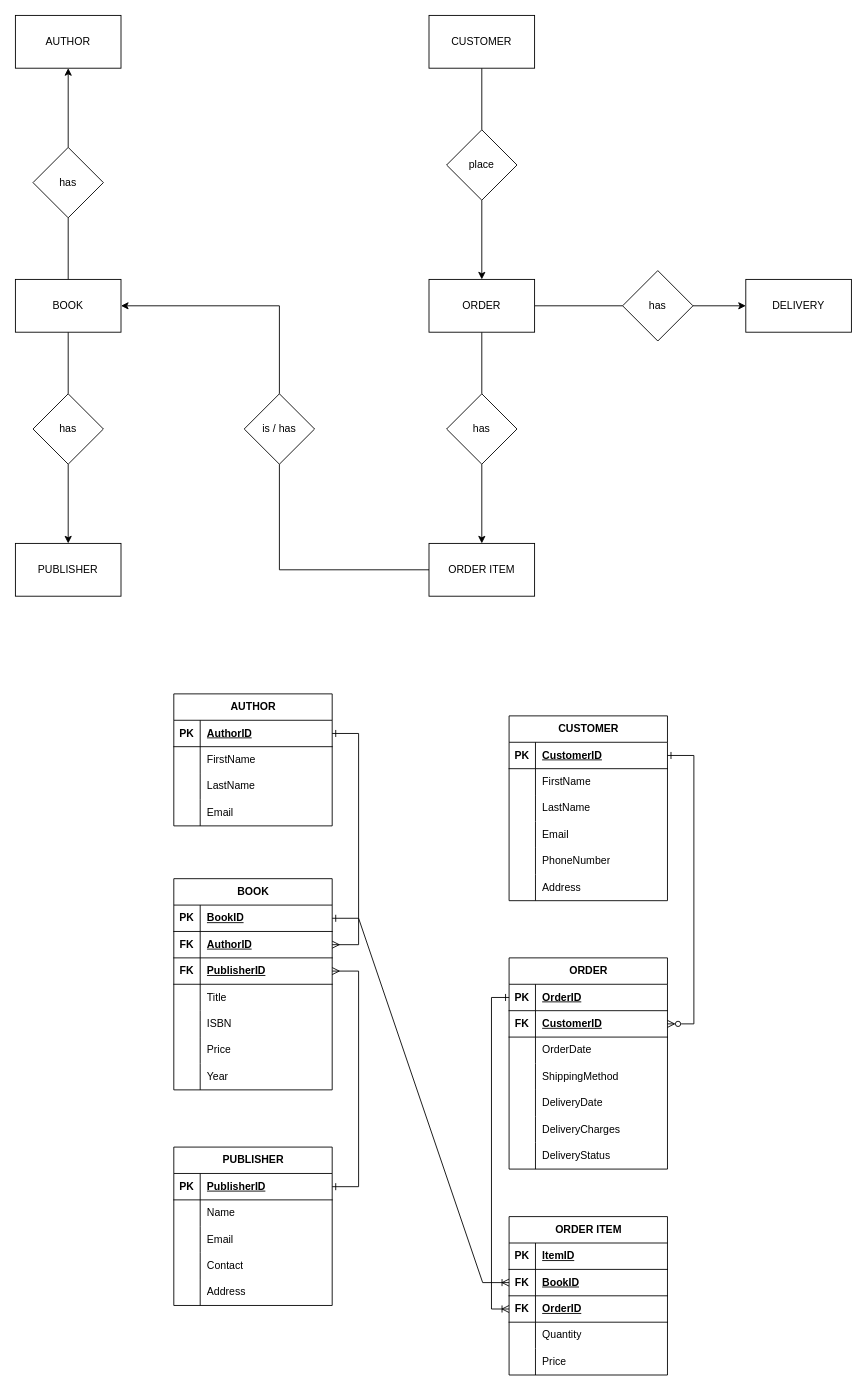
The draw.io diagram TraineeSoftwareDeveloper/Database/OnlineBookStore-ERD.drawio in sabay79/ContourSoftware, before the edit. Source tidied: cells renumbered, new cells numbered last; positions are measured from the earlier drawing's top-left corner, leaving out a move shared by most shapes. Both pictures are drawn from the tidied source at 88%, with x=0, y=0 at pixel (15, 15).
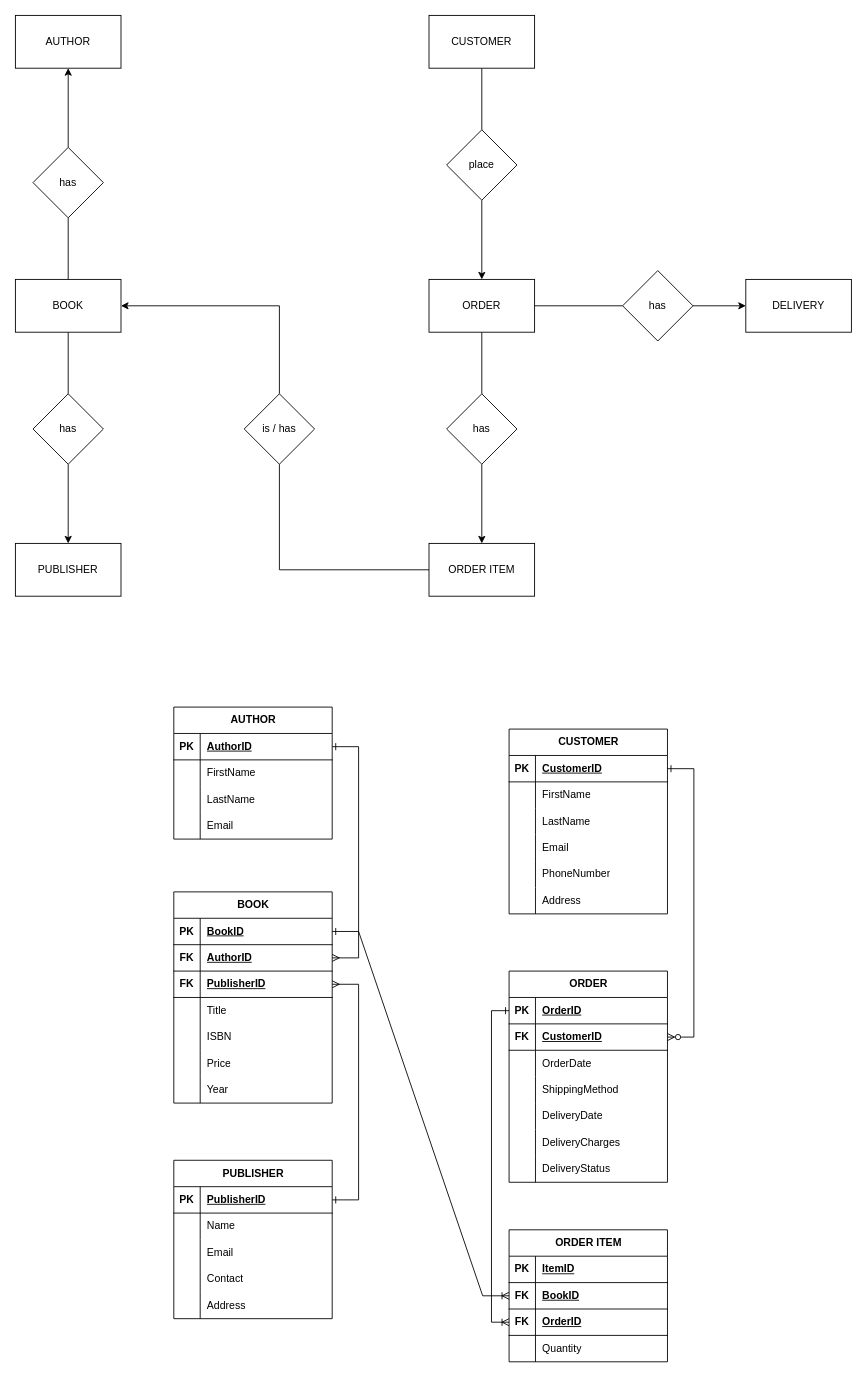
The same page after the edit.

Commit message (it also covers changes not shown here):
Online Book Store - Read/Delete Stored Procedure

Change to the diagram source:
```diff
@@
     <mxCell id="2" value="BOOK" style="shape=table;startSize=30;childLayout=tableLayout;rowLines=0;fontStyle=1;align=center;html=1;" parent="1" vertex="1">
-      <mxGeometry x="180" y="981" width="180" height="240" as="geometry" />
+      <mxGeometry x="180" y="996" width="180" height="240" as="geometry" />
     </mxCell>
@@
     <mxCell id="24" value="CUSTOMER" style="shape=table;startSize=30;childLayout=tableLayout;rowLines=0;fontStyle=1;align=center;html=1;" parent="1" vertex="1">
-      <mxGeometry x="561" y="796" width="180" height="210" as="geometry" />
+      <mxGeometry x="561" y="811" width="180" height="210" as="geometry" />
     </mxCell>
@@
     <mxCell id="43" value="ORDER" style="shape=table;startSize=30;childLayout=tableLayout;rowLines=0;fontStyle=1;align=center;html=1;" parent="1" vertex="1">
-      <mxGeometry x="561" y="1071" width="180" height="240" as="geometry" />
+      <mxGeometry x="561" y="1086" width="180" height="240" as="geometry" />
     </mxCell>
@@
     <mxCell id="65" value="ORDER ITEM" style="shape=table;startSize=30;childLayout=tableLayout;rowLines=0;fontStyle=1;align=center;html=1;" parent="1" vertex="1">
-      <mxGeometry x="561" y="1365" width="180" height="180" as="geometry" />
+      <mxGeometry x="561" y="1380" width="180" height="150" as="geometry" />
     </mxCell>
@@
-    <mxCell id="78" style="shape=tableRow;horizontal=0;startSize=0;swimlaneHead=0;swimlaneBody=0;fillColor=none;top=0;left=0;right=0;bottom=0;" parent="65" vertex="1">
-      <mxGeometry y="150" width="180" height="30" as="geometry" />
-    </mxCell>
-    <mxCell id="79" style="shape=partialRectangle;fillColor=none;top=0;left=0;bottom=0;right=0;overflow=hidden;whiteSpace=wrap;html=1;" parent="78" vertex="1">
-      <mxGeometry width="30" height="30" as="geometry" />
-    </mxCell>
-    <mxCell id="80" value="Price" style="shape=partialRectangle;fillColor=none;top=0;left=0;bottom=0;right=0;align=left;spacingLeft=6;overflow=hidden;whiteSpace=wrap;html=1;" parent="78" vertex="1">
-      <mxGeometry x="30" width="150" height="30" as="geometry" />
-    </mxCell>
     <mxCell id="81" value="AUTHOR" style="shape=table;startSize=30;childLayout=tableLayout;rowLines=0;fontStyle=1;align=center;html=1;" parent="1" vertex="1">
-      <mxGeometry x="180" y="771" width="180" height="150" as="geometry" />
+      <mxGeometry x="180" y="786" width="180" height="150" as="geometry" />
     </mxCell>
@@
     <mxCell id="94" value="PUBLISHER" style="shape=table;startSize=30;childLayout=tableLayout;rowLines=0;fontStyle=1;align=center;html=1;" parent="1" vertex="1">
-      <mxGeometry x="180" y="1286" width="180" height="180" as="geometry" />
+      <mxGeometry x="180" y="1301" width="180" height="180" as="geometry" />
     </mxCell>
```
